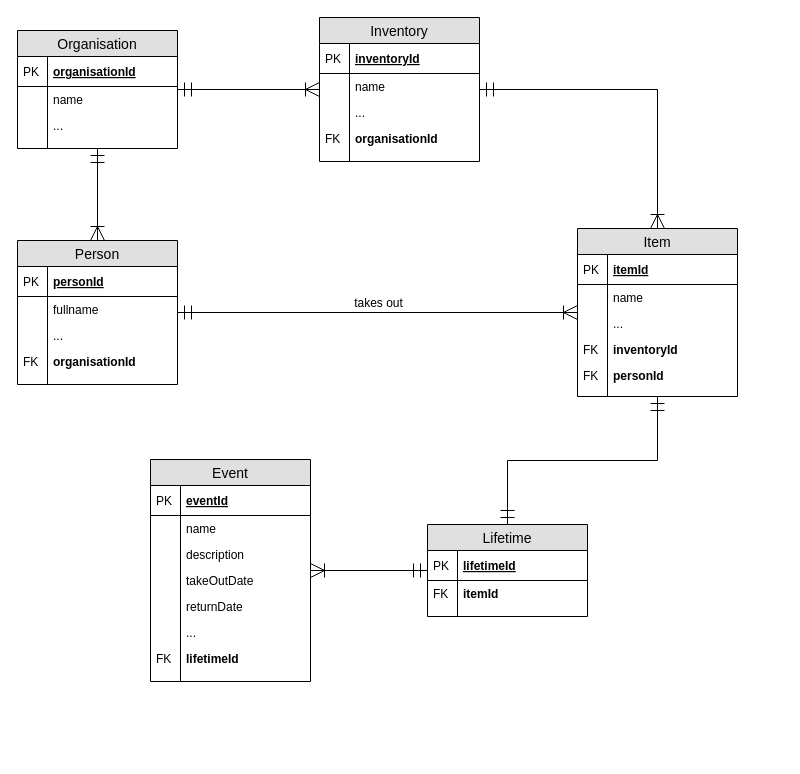
This is page "Advance" (2 of 2) of Database.drawio from fox-technologies/Resources, a draw.io file, before an edit. Source tidied: cells renumbered, new cells numbered last; positions are measured from the earlier drawing's top-left corner, leaving out a move shared by most shapes. Both pictures are drawn from the tidied source at 100%, with x=0, y=0 at pixel (17, 17).
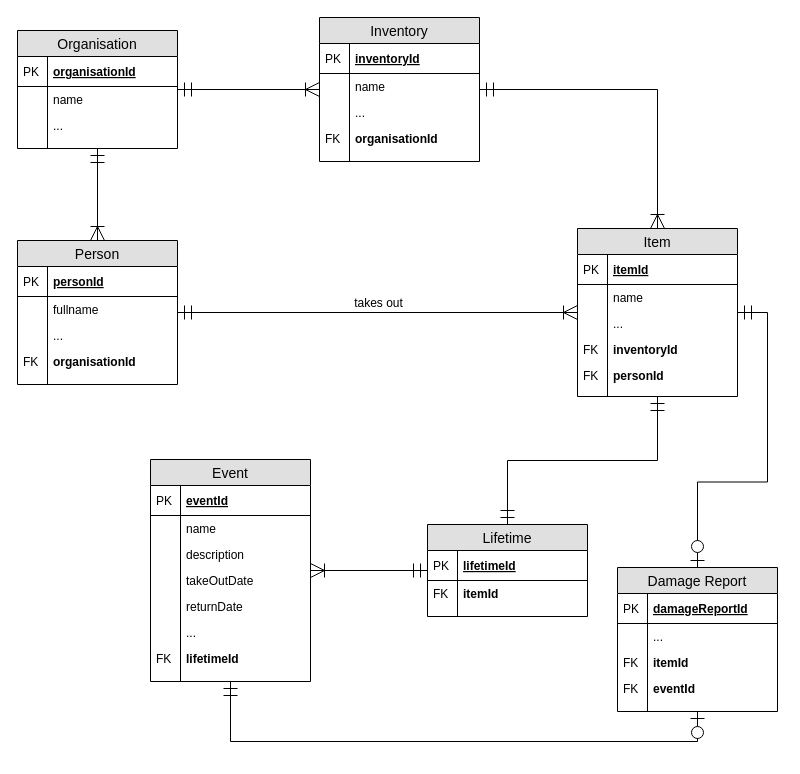
The same diagram, later.

Commit message (it also covers changes not shown here):
add damage report to database design

The change refers to these unchanged cells:
```xml
<mxCell id="25" value="Item" style="swimlane;fontStyle=0;horizontal=1;startSize=26;fillColor=#e0e0e0;swimlaneFillColor=#ffffff;align=center;fontSize=14;" parent="1" vertex="1">
  <mxGeometry x="560" y="211" width="160" height="168" as="geometry" />
</mxCell>
<mxCell id="51" value="Event" style="swimlane;fontStyle=0;horizontal=1;startSize=26;fillColor=#e0e0e0;swimlaneFillColor=#ffffff;align=center;fontSize=14;" parent="1" vertex="1">
  <mxGeometry x="133" y="442" width="160" height="222" as="geometry" />
</mxCell>
```

What changed in the source:
```diff
@@
+    <mxCell id="77" style="edgeStyle=orthogonalEdgeStyle;rounded=0;jettySize=auto;html=1;exitX=1;exitY=0.5;exitDx=0;exitDy=0;entryX=0.5;entryY=0;entryDx=0;entryDy=0;startArrow=ERmandOne;startFill=0;startSize=12;endArrow=ERzeroToOne;endFill=1;endSize=12;" parent="1" edge="1" source="25" target="79">
+      <mxGeometry relative="1" as="geometry" />
+    </mxCell>
@@
+    <mxCell id="78" style="edgeStyle=orthogonalEdgeStyle;rounded=0;jettySize=auto;html=1;exitX=0.5;exitY=1;exitDx=0;exitDy=0;entryX=0.5;entryY=1;entryDx=0;entryDy=0;startArrow=ERmandOne;startFill=0;startSize=12;endArrow=ERzeroToOne;endFill=1;endSize=12;" parent="1" edge="1" source="51" target="79">
+      <mxGeometry relative="1" as="geometry" />
+    </mxCell>
@@
+    <mxCell id="79" value="Damage Report" style="swimlane;fontStyle=0;horizontal=1;startSize=26;fillColor=#e0e0e0;swimlaneFillColor=#ffffff;align=center;fontSize=14;" parent="1" vertex="1">
+      <mxGeometry x="600" y="550" width="160" height="144" as="geometry" />
+    </mxCell>
+    <mxCell id="80" value="damageReportId" style="shape=partialRectangle;top=0;left=0;right=0;bottom=1;align=left;verticalAlign=middle;fillColor=none;spacingLeft=34;spacingRight=4;overflow=hidden;fontStyle=5;fontSize=12;" parent="79" vertex="1">
+      <mxGeometry y="26" width="160" height="30" as="geometry" />
+    </mxCell>
+    <mxCell id="81" value="PK" style="shape=partialRectangle;top=0;left=0;bottom=0;fillColor=none;align=left;verticalAlign=middle;spacingLeft=4;spacingRight=4;overflow=hidden;fontSize=12;" parent="80" vertex="1">
+      <mxGeometry width="30" height="30" as="geometry" />
+    </mxCell>
+    <mxCell id="82" value="..." style="shape=partialRectangle;top=0;left=0;right=0;bottom=0;align=left;verticalAlign=top;fillColor=none;spacingLeft=34;spacingRight=4;overflow=hidden;fontSize=12;" parent="79" vertex="1">
+      <mxGeometry y="56" width="160" height="26" as="geometry" />
+    </mxCell>
+    <mxCell id="83" style="shape=partialRectangle;top=0;left=0;bottom=0;fillColor=none;align=left;verticalAlign=top;spacingLeft=4;spacingRight=4;overflow=hidden;fontSize=12;" parent="82" vertex="1">
+      <mxGeometry width="30" height="26" as="geometry" />
+    </mxCell>
+    <mxCell id="84" value="itemId" style="shape=partialRectangle;top=0;left=0;right=0;bottom=0;align=left;verticalAlign=top;fillColor=none;spacingLeft=34;spacingRight=4;overflow=hidden;fontSize=12;fontStyle=1;" parent="79" vertex="1">
+      <mxGeometry y="82" width="160" height="26" as="geometry" />
+    </mxCell>
+    <mxCell id="85" value="FK" style="shape=partialRectangle;top=0;left=0;bottom=0;fillColor=none;align=left;verticalAlign=top;spacingLeft=4;spacingRight=4;overflow=hidden;fontSize=12;" parent="84" vertex="1">
+      <mxGeometry width="30" height="26" as="geometry" />
+    </mxCell>
+    <mxCell id="86" value="eventId" style="shape=partialRectangle;top=0;left=0;right=0;bottom=0;align=left;verticalAlign=top;fillColor=none;spacingLeft=34;spacingRight=4;overflow=hidden;fontSize=12;fontStyle=1;" parent="79" vertex="1">
+      <mxGeometry y="108" width="160" height="26" as="geometry" />
+    </mxCell>
+    <mxCell id="87" value="FK" style="shape=partialRectangle;top=0;left=0;bottom=0;fillColor=none;align=left;verticalAlign=top;spacingLeft=4;spacingRight=4;overflow=hidden;fontSize=12;" parent="86" vertex="1">
+      <mxGeometry width="30" height="26" as="geometry" />
+    </mxCell>
+    <mxCell id="88" style="shape=partialRectangle;top=0;left=0;right=0;bottom=0;align=left;verticalAlign=top;fillColor=none;spacingLeft=34;spacingRight=4;overflow=hidden;fontSize=12;" parent="79" vertex="1">
+      <mxGeometry y="134" width="160" height="10" as="geometry" />
+    </mxCell>
+    <mxCell id="89" style="shape=partialRectangle;top=0;left=0;bottom=0;fillColor=none;align=left;verticalAlign=top;spacingLeft=4;spacingRight=4;overflow=hidden;fontSize=12;" parent="88" vertex="1">
+      <mxGeometry width="30" height="10" as="geometry" />
+    </mxCell>
```
